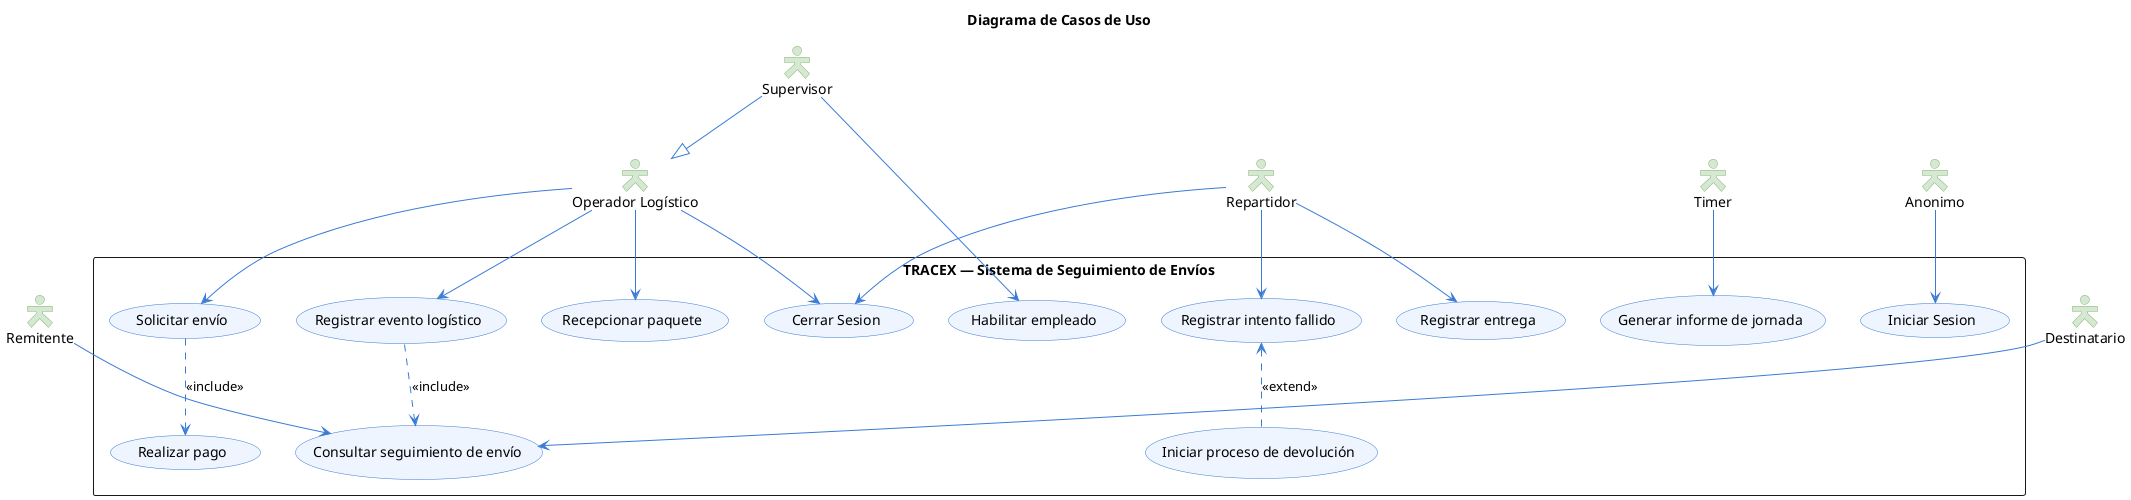
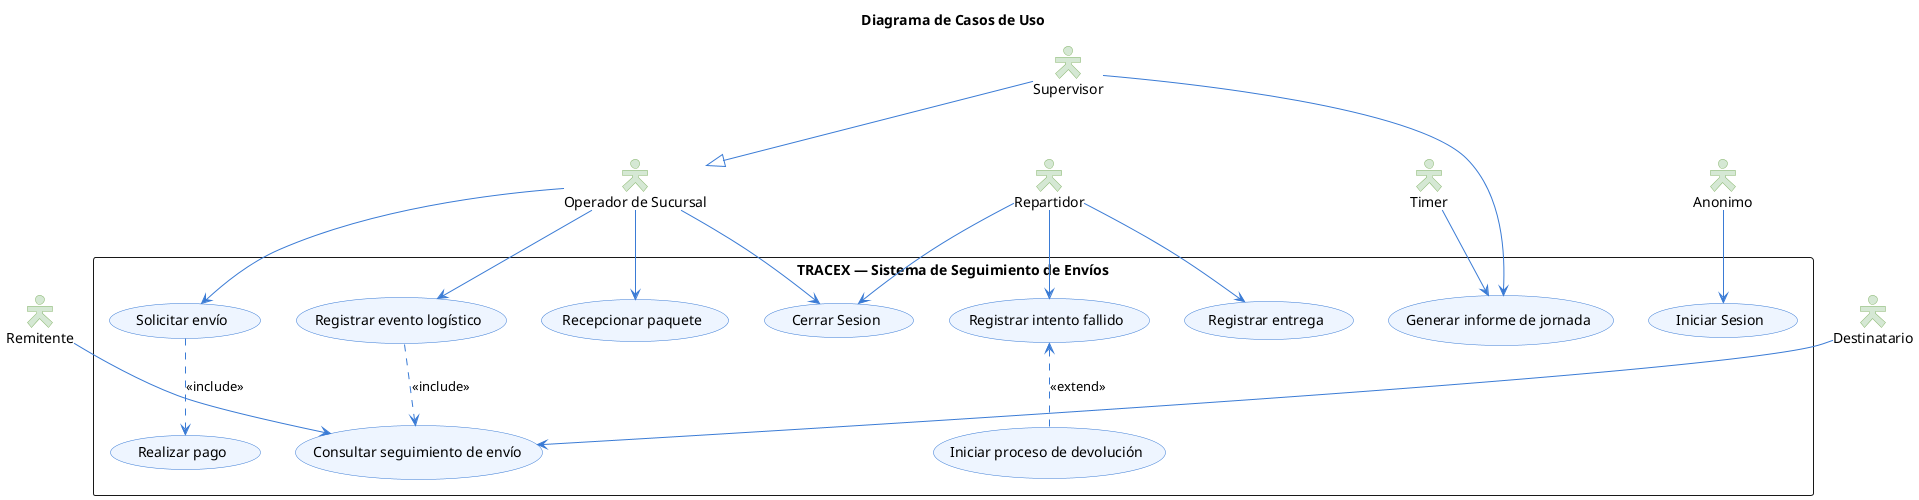
@startuml TRACEX_CasosDeUso

skinparam actorStyle hollow
skinparam packageStyle rectangle

skinparam usecase {
  BackgroundColor #EEF5FF
  BorderColor #3A7BD5
  ArrowColor #3A7BD5
}
skinparam actor {
  BackgroundColor #D5E8D4
  BorderColor #82B366
}

title Diagrama de Casos de Uso

' ─── ACTORES ───────────────────────────────────────────
actor "Remitente" as Cliente
actor "Destinatario"        as Destinatario
- actor "Operador Logístico"  as Operador
+ actor "Operador de Sucursal"  as Operador
actor "Repartidor"          as Repartidor
actor "Supervisor"          as Supervisor
actor "Timer"       as Timer
actor "Anonimo" as Anonimo

' ─── SISTEMA ────────────────────────────────────────────
rectangle "TRACEX — Sistema de Seguimiento de Envíos" {

  ' --- Gestión de envíos (Cliente) ---
  usecase "Solicitar envío"                  as UC1
  usecase "Realizar pago"                    as UC1b
  usecase "Consultar seguimiento de envío"   as UC2

  ' --- Ciclo logístico (Operador) ---
  usecase "Registrar evento logístico" as UC3
  usecase "Recepcionar paquete" as UC3a

  ' --- Entrega (Repartidor) ---
  usecase "Registrar entrega"        as UC4
  usecase "Registrar intento fallido"        as UC5
  usecase "Iniciar proceso de devolución"    as UC7

  ' --- Administración ---
  usecase "Generar informe de jornada"       as UC8
-   usecase "Habilitar empleado" as UC9

  usecase "Cerrar Sesion" as UC10
  usecase "Iniciar Sesion" as UC11
}

' ─── RELACIONES ACTOR ↔ CASO DE USO ─────────────────────
Supervisor   --|> Operador
- Supervisor   --> UC9
+ Supervisor   --> UC8

Cliente      --> UC2

Destinatario --> UC2

Operador     --> UC3
Operador     --> UC3a
Operador     --> UC1
Operador     --> UC10

Repartidor   --> UC4
Repartidor   --> UC5
Repartidor   --> UC10

Timer        --> UC8

Anonimo      --> UC11

' ─── RELACIONES ENTRE CASOS DE USO ──────────────────────
UC1 ..> UC1b : <<include>>

UC3 ..> UC2 : <<include>>

UC5 <.. UC7  : <<extend>>

@enduml